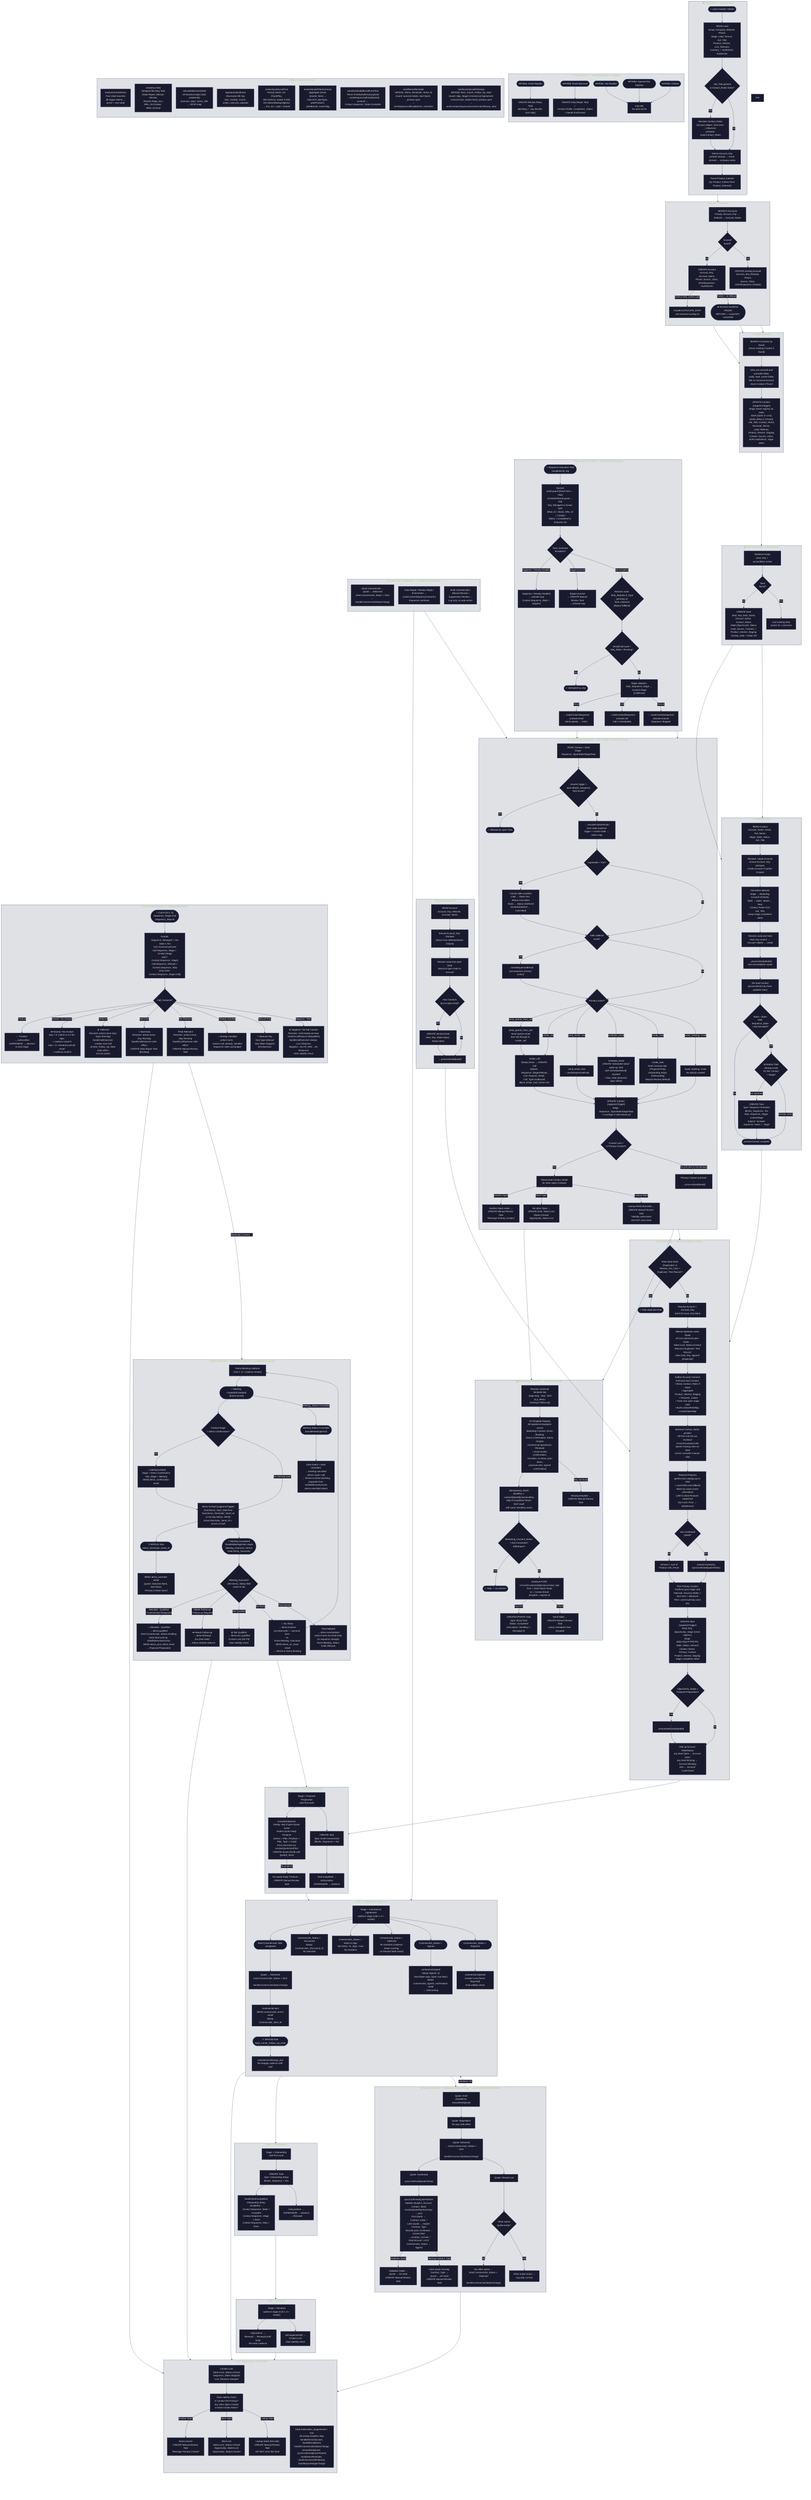
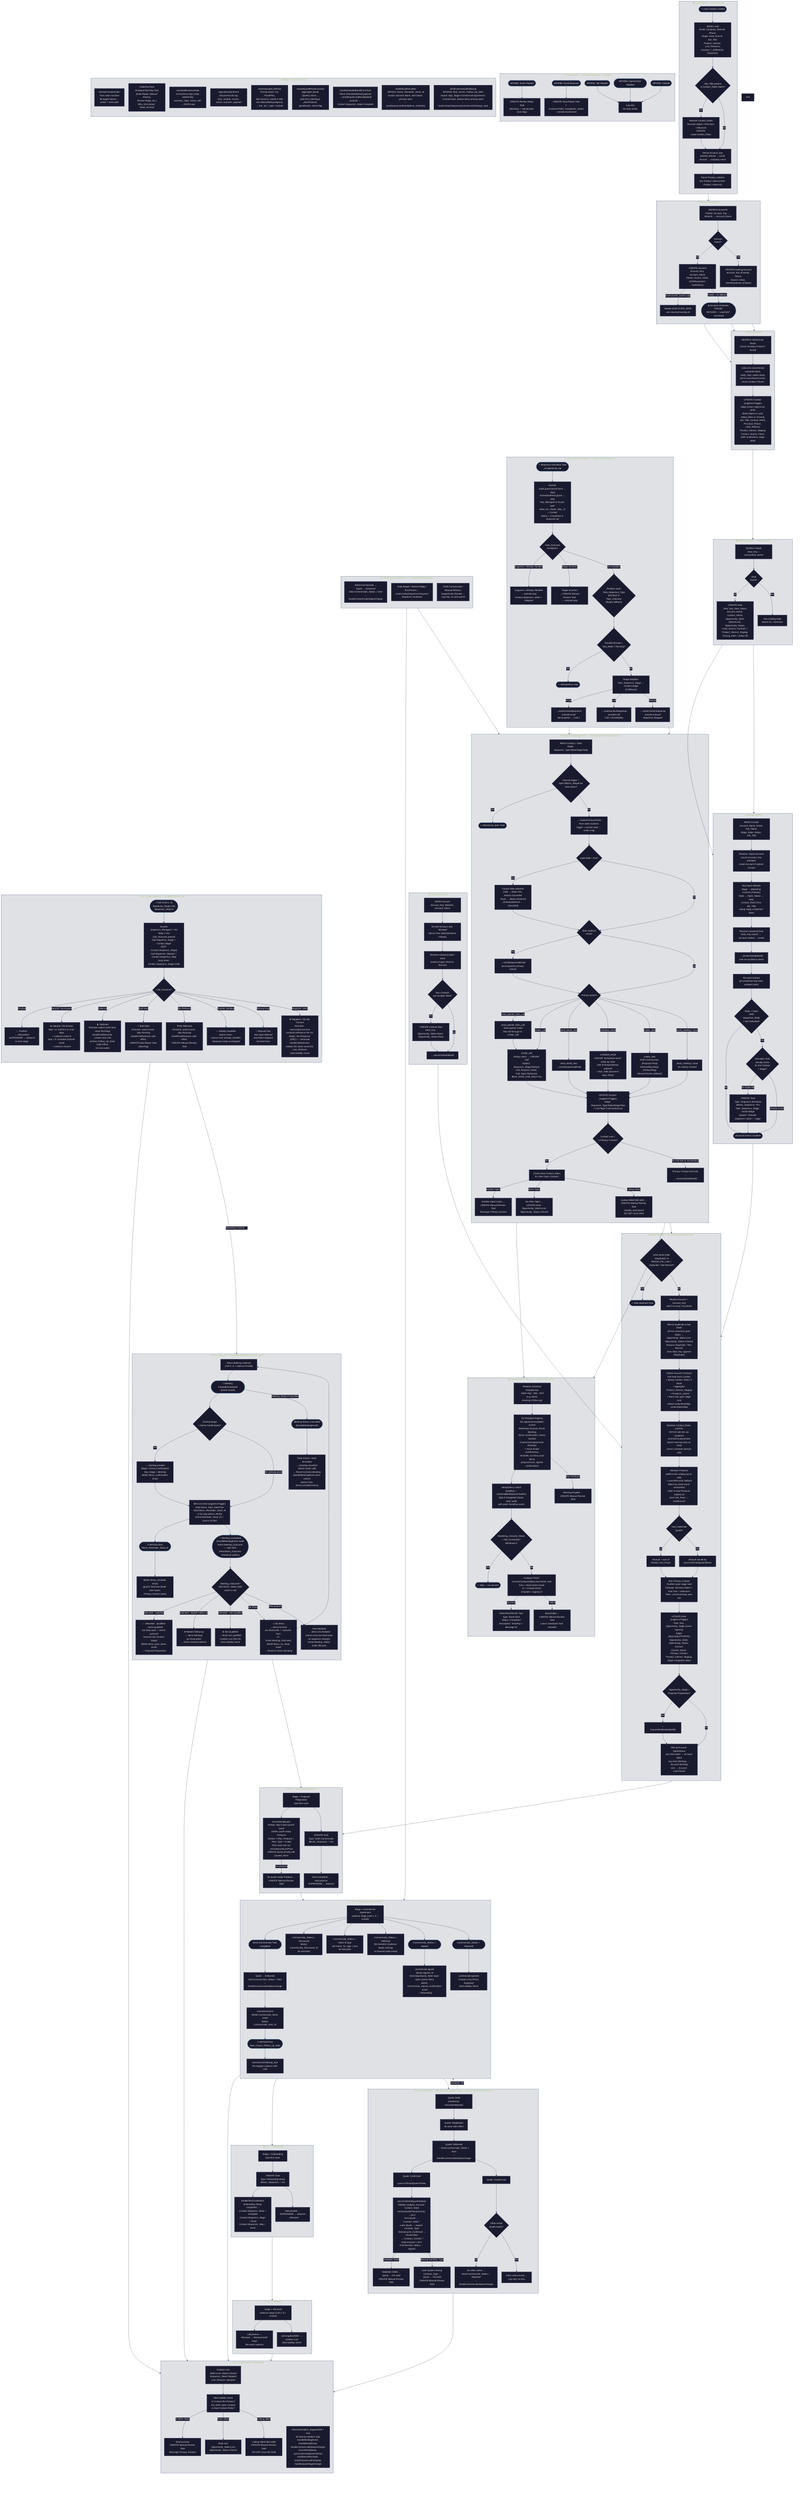
%%{ init: { "theme": "base", "themeVariables": { "primaryColor": "#1a1a2e", "primaryTextColor": "#e0e0e0", "primaryBorderColor": "#0f3460", "lineColor": "#16213e", "secondaryColor": "#0f3460", "tertiaryColor": "#533483", "edgeLabelBackground": "#1a1a2e", "clusterBkg": "#16213e22", "clusterBorder": "#0f3460" }, "flowchart": { "curve": "basis", "nodeSpacing": 30, "rankSpacing": 50 } } }%%

flowchart TD

    %% =========================================================================
    %% V6 ZOHO CRM AUTOMATION — MASTER FLOW
    %%
    %% Source of truth: v6/*.deluge + v6/activity/*.deluge (29 files)
    %%
    %% Stage flow (v6 code):
    %%   Marketing Consent → Demo Booking → Demo Confirmation → Demo Hosted
    %%   → Proposal Preparation → Commercial Agreement → Onboarding → Renewal
    %%
    %% Opp Type mapping:
    %%   rank 1 = MQL | rank 2-4 = SQL | rank 5-6 = FTP | rank 7-8 = RTP
    %% =========================================================================

    %% ======================= LEAD INTAKE / MQL =======================
    subgraph LEAD_INTAKE["🟢 Lead Intake — processLead"]
        direction TB
        LI_START(["⚡ Lead Created / Edited"])
        LI_READ["READ Lead<br/><i>Email, Company, Website, Phone,<br/>Stage, Lead_Source, Job_Title,<br/>Product_Interest, Lost_Reasons,<br/>Contract_*, AOR/AOO, Expansion</i>"]
        LI_ROLE{"Job_Title present<br/>& Contact_Role1 blank?"}
        LI_RESOLVE_ROLE["Resolve Contact_Role1<br/><i>Decision Maker / End User / Influencer</i><br/>UPDATE Lead.Contact_Role1"]
        LI_DERIVE_KEY["Derive Account_Key<br/><i>website domain → email domain → company name</i>"]
        LI_PI["Parse Product_Interest<br/><i>(try Product_Interest then Product_Interest1)</i>"]

        LI_START --> LI_READ
        LI_READ --> LI_ROLE
        LI_ROLE -->|"Yes"| LI_RESOLVE_ROLE --> LI_DERIVE_KEY
        LI_ROLE -->|"No"| LI_DERIVE_KEY
        LI_DERIVE_KEY --> LI_PI
    end

    %% ======================= ACCOUNT RESOLUTION =======================
    subgraph ACCOUNT_RES["🏢 Account Resolution"]
        direction TB
        AR_SEARCH["SEARCH Accounts<br/><i>Priority: Account_Key → Website → Account_Name</i>"]
        AR_FOUND{"Account<br/>found?"}
        AR_CREATE["CREATE Account<br/><i>Account_Key, Account_Name,<br/>Phone, Source_Class,<br/>AOO/Expansion multiselects</i>"]
        AR_UPDATE["UPDATE existing Account<br/><i>Account_Key (if blank), Phone,<br/>Source_Class, AOO/Expansion (if blank)</i>"]
        AR_DUP_HANDLE["Handle DUPLICATE_DATA<br/><i>use returned existing id</i>"]
        AR_FAIL(["❌ Account resolution FAILED<br/>RETURN — Lead NOT converted"])

        AR_SEARCH --> AR_FOUND
        AR_FOUND -->|"No"| AR_CREATE
        AR_FOUND -->|"Yes"| AR_UPDATE
        AR_CREATE -->|"DUPLICATE_DATA code"| AR_DUP_HANDLE
        AR_CREATE -->|"Failed + no fallback"| AR_FAIL
    end

    %% ======================= LEAD CONVERSION =======================
    subgraph LEAD_CONV["🔄 Lead Conversion"]
        direction TB
        LC_DEDUP["SEARCH Contacts by Email<br/><i>(reuse existing Contact if found)</i>"]
        LC_CONVERT["zoho.crm.convertLead<br/><i>overwrite=false,<br/>notify_lead_owner=false,<br/>link to canonical Account,<br/>reuse Contact if found</i>"]
        LC_ENRICH["UPDATE Contact (suppressTrigger)<br/><i>Stage (never regress by rank),<br/>State (Open or Lost),<br/>Status (New or Closed),<br/>Job_Title, Contact_Role1,<br/>Personal_Phone, Lead_Referrer,<br/>Product_Interest_Staging,<br/>Contact_Source_Class,<br/>AOR multiselects, stage dates</i>"]

        LC_DEDUP --> LC_CONVERT --> LC_ENRICH
    end

    %% ======================= DEAL RESOLUTION (from processLead) =======================
    subgraph DEAL_RES["💰 Deal Resolution — processLead"]
        direction TB
        DR_SEARCH["SEARCH Deals<br/><i>Deal_Key = accountKey::active</i>"]
        DR_FOUND{"Deal<br/>found?"}
-         DR_CREATE["CREATE Deal<br/><i>Deal_Key, Deal_Name,<br/>Account_Name, Contact_Name,<br/>State (Open/Lost), Status,<br/>Lead_Source, Contract_*,<br/>Product_Interest_Staging,<br/>Closing_Date = today+30</i>"]
+         DR_CREATE["CREATE Deal<br/><i>Deal_Key, Deal_Name,<br/>Account_Name, Contact_Name,<br/>Opportunity_State (Open/Lost), Opportunity_Status,<br/>Lead_Source, Contract_*,<br/>Product_Interest_Staging,<br/>Closing_Date = today+30</i>"]
        DR_REUSE["Use existing Deal<br/><i>lowest id = canonical</i>"]

        DR_SEARCH --> DR_FOUND
        DR_FOUND -->|"No"| DR_CREATE
        DR_FOUND -->|"Yes"| DR_REUSE
    end

    %% ======================= processContact =======================
    subgraph PROCESS_CONTACT["👤 processContact"]
        direction TB
        PC_READ["READ Contact<br/><i>Account_Name, Email, Full_Name,<br/>Stage, State, Status, Job_Title</i>"]
        PC_ACCT["Resolve / repair Account<br/><i>ensure Account_Key stamped,<br/>create Account if orphan Contact</i>"]
        PC_DEFAULTS["Normalize defaults<br/><i>Stage → Marketing Consent (if blank),<br/>State → Open, Status → New,<br/>Contact_Role1 from Job_Title,<br/>stamp stage completion dates</i>"]
        PC_DEAL_RESOLVE["Resolve canonical Deal<br/><i>Deal_Key search → Account related → create</i>"]
        PC_CALL_PD["→ processDeal(dealId)<br/><i>sole reconciliation owner</i>"]
        PC_REREAD["Re-read Contact<br/><i>(processDeal may have updated roles)</i>"]
        PC_SEQ_CHECK{"State = Open<br/>AND<br/>Sequence_State<br/>= Not Activated?"}
        PC_DEDUP_ACT{"Activation Task<br/>already exists<br/>for this Contact<br/>+ Stage?"}
        PC_CREATE_ACT["CREATE Task<br/><i>Type: Sequence Activation<br/>Blocks_Sequence: Yes<br/>Task_Sequence_Stage: contactStage<br/>Subject: 'Activate sequence: name — stage'</i>"]
        PC_END(["processContact complete"])

        PC_READ --> PC_ACCT --> PC_DEFAULTS --> PC_DEAL_RESOLVE --> PC_CALL_PD
        PC_CALL_PD --> PC_REREAD --> PC_SEQ_CHECK
        PC_SEQ_CHECK -->|"Yes"| PC_DEDUP_ACT
        PC_SEQ_CHECK -->|"No"| PC_END
        PC_DEDUP_ACT -->|"No duplicate"| PC_CREATE_ACT --> PC_END
        PC_DEDUP_ACT -->|"Already exists"| PC_END
    end

    %% ======================= processAccount =======================
    subgraph PROCESS_ACCOUNT["🏗️ processAccount"]
        direction TB
        PA_READ["READ Account<br/><i>Account_Key, Website, Account_Name</i>"]
        PA_KEY["Ensure Account_Key stamped<br/><i>(derive from Website/Name if blank)</i>"]
        PA_DEAL["Resolve canonical open Deal<br/><i>lowest-id open Deal on Account</i>"]
        PA_DEAL_MISSING{"Has Contacts<br/>but no open Deal?"}
-         PA_CREATE_DEAL["CREATE minimal Deal<br/><i>Deal_Key, State=Open, Status=New</i>"]
+         PA_CREATE_DEAL["CREATE minimal Deal<br/><i>Deal_Key, Opportunity_State=Open, Opportunity_Status=New</i>"]
        PA_DELEGATE["→ processDeal(dealId)"]

        PA_READ --> PA_KEY --> PA_DEAL
        PA_DEAL --> PA_DEAL_MISSING
        PA_DEAL_MISSING -->|"Yes"| PA_CREATE_DEAL --> PA_DELEGATE
        PA_DEAL_MISSING -->|"No"| PA_DELEGATE
    end

    %% ======================= processDeal =======================
    subgraph PROCESS_DEAL["📊 processDeal — Sole Reconciliation Owner"]
        direction TB
        PD_DUP_CHECK{"Deal name ends<br/>'(Duplicate)' or<br/>Reason_For_Loss =<br/>'Duplicate / Test Record'?"}
        PD_EXIT_DUP(["↩ Skip duplicate Deal"])
        PD_RESOLVE_ACCT["Resolve Account + Account_Key<br/><i>bail if Account_Key blank</i>"]
-         PD_SILENCE["Silence duplicate active Deals<br/><i>All non-canonical open Deals →<br/>State=Lost, Status=Closed,<br/>Reason='Duplicate / Test Record',<br/>clear Deal_Key, append '(Duplicate)'</i>"]
+         PD_SILENCE["Silence duplicate active Deals<br/><i>All non-canonical open Deals →<br/>Opportunity_State=Lost, Opportunity_Status=Closed,<br/>Reason='Duplicate / Test Record',<br/>clear Deal_Key, append '(Duplicate)'</i>"]
        PD_GATHER["Gather Account Contacts<br/><i>Full-read each Contact:<br/>• Stamp Contact_Role1 if blank<br/>• Aggregate Product_Interest_Staging<br/>  + Products_Linked<br/>• Track max open stage rank<br/>• Build contactRoleMap, contactDatesMap</i>"]
        PD_ROLES["Maintain Contact_Roles junction<br/><i>FETCH role IDs via invokeurl<br/>/crm/v2/Contacts/roles<br/>Upsert missing roles on Deal<br/>(never overwrite manual role)</i>"]
        PD_PRODUCTS["Resolve Products<br/><i>getRecords catalog (up to 200)<br/>+ searchRecords fallback<br/>Match by name (case-insensitive)<br/>LINK to Deal Products related list<br/>Sum Unit_Price → totalAmount</i>"]
        PD_QUOTE_AMT{"Has Confirmed<br/>Quote?"}
        PD_AMT_PRODUCT["Amount = sum of<br/>Product Unit_Prices"]
        PD_AMT_QUOTE["Amount owned by<br/>syncConfirmedQuoteToDeal"]
        PD_PRIMARY["Pick Primary Contact<br/><i>Furthest open stage rank<br/>Tiebreak: Decision Maker > End User > Influencer<br/>Then: current primary wins ties</i>"]
-         PD_UPDATE["UPDATE Deal (suppressTrigger)<br/><i>Deal_Key, Opportunity_Stage (never regress),<br/>Stage (MQL/SQL/FTP/RTP),<br/>State, Status, Amount,<br/>Contact_Name, Primary_Contact,<br/>Product_Interest_Staging,<br/>Stage completion dates</i>"]
+         PD_UPDATE["UPDATE Deal (suppressTrigger)<br/><i>Deal_Key, Opportunity_Stage (never regress),<br/>Stage (MQL/SQL/FTP/RTP),<br/>Opportunity_State, Opportunity_Status, Amount,<br/>Contact_Name, Primary_Contact,<br/>Product_Interest_Staging,<br/>Stage completion dates</i>"]
        PD_PP_CHECK{"Opportunity_Stage =<br/>Proposal Preparation?"}
        PD_SEED_QUOTE["→ ensureDealQuote(dealId)"]
        PD_ACCT_ROLLUP["Roll up Account State/Status<br/><i>any Deal Open → Account Open<br/>any Deal Working → Account Working<br/>else → Account Lost/Closed</i>"]

        PD_DUP_CHECK -->|"Yes"| PD_EXIT_DUP
        PD_DUP_CHECK -->|"No"| PD_RESOLVE_ACCT
        PD_RESOLVE_ACCT --> PD_SILENCE --> PD_GATHER
        PD_GATHER --> PD_ROLES --> PD_PRODUCTS
        PD_PRODUCTS --> PD_QUOTE_AMT
        PD_QUOTE_AMT -->|"No"| PD_AMT_PRODUCT --> PD_PRIMARY
        PD_QUOTE_AMT -->|"Yes"| PD_AMT_QUOTE --> PD_PRIMARY
        PD_PRIMARY --> PD_UPDATE --> PD_PP_CHECK
        PD_PP_CHECK -->|"Yes"| PD_SEED_QUOTE --> PD_ACCT_ROLLUP
        PD_PP_CHECK -->|"No"| PD_ACCT_ROLLUP
    end

    %% ======================= ACTIVATION =======================
    subgraph ACTIVATION["🔑 Task-Gated Activation — handleTaskCompletion"]
        direction TB
        ACT_TASK(["⚡ Sequence Activation Task<br/>completed by rep"])
        ACT_GUARDS["Guards:<br/><i>Audit guard (Email Sent → skip)<br/>ScheduledSend guard → skip<br/>Seq_Managed or known type<br/>What_Id = Deals, Who_Id = Contact<br/>Status = Completed or Outcome set</i>"]
        ACT_OUTCOME{"Task_Outcome<br/>exception?"}
        ACT_SUPPRESS["Suppress / Already Handled<br/><i>→ activate:stop<br/>Contact.Sequence_State = Stopped</i>"]
        ACT_STAGE_BAD["Stage Incorrect<br/><i>→ CREATE Manual Review Task<br/>→ activate:stop</i>"]
        ACT_ROUTE{"Resolve route:<br/>Task_Sequence_Type<br/>(primary) or<br/>Task_Outcome<br/>(legacy fallback)"}
        ACT_IDEMPOTENT{"Email/Call route +<br/>Seq_State = Running?"}
        ACT_SKIP(["↩ Idempotency skip"])
        ACT_STAGE_ADOPT["Stage adoption:<br/><i>Task_Sequence_Stage → Contact.Stage<br/>(if different)</i>"]
        ACT_EMAIL["→ routeContactSequence<br/><i>activate:email</i><br/>Send opener → Call 1"]
        ACT_CALL["→ routeContactSequence<br/><i>activate:call</i><br/>Call 1 immediately"]
        ACT_MANUAL["→ routeContactSequence<br/><i>activate:manual</i><br/>Sequence Stopped"]

        ACT_TASK --> ACT_GUARDS --> ACT_OUTCOME
        ACT_OUTCOME -->|"Suppress / Already Handled"| ACT_SUPPRESS
        ACT_OUTCOME -->|"Stage Incorrect"| ACT_STAGE_BAD
        ACT_OUTCOME -->|"No exception"| ACT_ROUTE
        ACT_ROUTE --> ACT_IDEMPOTENT
        ACT_IDEMPOTENT -->|"Yes"| ACT_SKIP
        ACT_IDEMPOTENT -->|"No"| ACT_STAGE_ADOPT
        ACT_STAGE_ADOPT -->|"Email"| ACT_EMAIL
        ACT_STAGE_ADOPT -->|"Call"| ACT_CALL
        ACT_STAGE_ADOPT -->|"Manual"| ACT_MANUAL
    end

    %% ======================= SEQUENCE ROUTER =======================
    subgraph ROUTER["⚙️ routeContactSequence — THE Single Transition Executor"]
        direction TB
        RT_READ["READ Contact + Deal<br/><i>Stage, Sequence_Type/State/Stage/Step</i>"]
        RT_BLOCK_CHECK{"resume trigger +<br/>open Blocks_Sequence<br/>Task exists?"}
        RT_BLOCKED(["↩ Blocked by open Task"])
        RT_RESOLVE["→ resolveContactAction<br/><i>Pure state machine:<br/>trigger + current state → action map</i>"]
        RT_SUPERSEDE{"supersede = true?"}
        RT_CANCEL_OLD["Cancel stale activities<br/><i>Calls → Stale=Yes, Status=Cancelled<br/>Tasks → Status=Deferred<br/>(ScheduledSend → Cancelled)</i>"]
        RT_SIDE_EMAIL{"Side cadence<br/>email?"}
        RT_SEND_SIDE["→ sendSequencedEmail<br/><i>(accompanies primary action)</i>"]
        RT_ACTION{"Primary action?"}
        RT_OPENER_CALL["send_opener_then_call<br/><i>Send opener email<br/>then fall through to create_call</i>"]
        RT_CREATE_CALL["create_call<br/><i>Dedup check → CREATE Call<br/>Subject, Sequence_Stage/Attempt,<br/>Call_Purpose_Detail, Call_Type=Outbound,<br/>Block_Email_Until_Done=Yes</i>"]
        RT_SEND_EMAIL["send_email_now<br/><i>→ sendSequencedEmail</i>"]
        RT_SCHED_EMAIL["schedule_email<br/><i>CREATE 'Scheduled Send' wake-up Task<br/>with ScheduledSend| payload<br/>+ Due_Date (business days offset)</i>"]
        RT_CREATE_TASK["create_task<br/><i>Draft Commercials (Proposal Prep)<br/>Onboarding Setup (Onboarding)<br/>Manual Review (default)</i>"]
        RT_AWAIT["await_meeting / none<br/><i>No activity created</i>"]
        RT_WRITE_CONTACT["UPDATE Contact (suppressTrigger)<br/><i>Stage, Sequence_Type/State/Stage/Step<br/>+ Lost flags if setContactLost</i>"]
        RT_DEAL_VIABILITY{"Contact Lost +<br/>is Primary Contact?"}
        RT_CHECK_OTHERS["Check Deal Contact_Roles<br/><i>for other Open Contacts</i>"]
        RT_ANOTHER_OPEN["Another Open exists →<br/><i>CREATE Manual Review Task<br/>'Reassign Primary Contact'</i>"]
-         RT_DEAL_LOST["No other Open →<br/><i>UPDATE Deal: State=Lost,<br/>Status=Closed,<br/>Opportunity_State=Lost</i>"]
+         RT_DEAL_LOST["No other Open →<br/><i>UPDATE Deal: Opportunity_State=Lost,<br/>Opportunity_Status=Closed</i>"]
        RT_LOOKUP_FAIL["Lookup failed (fail-safe) →<br/><i>CREATE Manual Review Task<br/>'Viability unresolved'<br/>DO NOT close Deal</i>"]
        RT_PRIMARY_ROLLUP["Primary Contact (not lost) →<br/><i>→ processDeal(dealId)</i>"]

        RT_READ --> RT_BLOCK_CHECK
        RT_BLOCK_CHECK -->|"Yes"| RT_BLOCKED
        RT_BLOCK_CHECK -->|"No"| RT_RESOLVE
        RT_RESOLVE --> RT_SUPERSEDE
        RT_SUPERSEDE -->|"Yes"| RT_CANCEL_OLD --> RT_SIDE_EMAIL
        RT_SUPERSEDE -->|"No"| RT_SIDE_EMAIL
        RT_SIDE_EMAIL -->|"Yes"| RT_SEND_SIDE --> RT_ACTION
        RT_SIDE_EMAIL -->|"No"| RT_ACTION
        RT_ACTION -->|"send_opener_then_call"| RT_OPENER_CALL --> RT_CREATE_CALL
        RT_ACTION -->|"create_call"| RT_CREATE_CALL
        RT_ACTION -->|"send_email_now"| RT_SEND_EMAIL
        RT_ACTION -->|"schedule_email"| RT_SCHED_EMAIL
        RT_ACTION -->|"create_task"| RT_CREATE_TASK
        RT_ACTION -->|"await_meeting / none"| RT_AWAIT
        RT_CREATE_CALL --> RT_WRITE_CONTACT
        RT_SEND_EMAIL --> RT_WRITE_CONTACT
        RT_SCHED_EMAIL --> RT_WRITE_CONTACT
        RT_CREATE_TASK --> RT_WRITE_CONTACT
        RT_AWAIT --> RT_WRITE_CONTACT
        RT_WRITE_CONTACT --> RT_DEAL_VIABILITY
        RT_DEAL_VIABILITY -->|"Yes"| RT_CHECK_OTHERS
        RT_CHECK_OTHERS -->|"Another Open"| RT_ANOTHER_OPEN
        RT_CHECK_OTHERS -->|"None Open"| RT_DEAL_LOST
        RT_CHECK_OTHERS -->|"Lookup failed"| RT_LOOKUP_FAIL
        RT_DEAL_VIABILITY -->|"No (not lost or not primary)"| RT_PRIMARY_ROLLUP
    end

    %% ======================= CALL CADENCE =======================
    subgraph CALL_CADENCE["📞 Call / Email Cadence — handleCallOutcome"]
        direction TB
        CC_CALL(["⚡ Call N (N=1..5)<br/>Sequence_Stage=Call<br/>Sequence_Step=N"])
        CC_GUARDS["Guards:<br/><i>Sequence_Managed = Yes<br/>Stale ≠ Yes<br/>Call_Outcome present<br/>Call.Sequence_Stage = Contact.Stage<br/>(NOT Contact.Sequence_Stage)<br/>Call.Sequence_Attempt = Contact.Sequence_Step<br/>(only when Contact.Sequence_Stage=Call)</i>"]
        CC_OUTCOME{"Call_Outcome?"}
        CC_POSITIVE["✅ Positive<br/><i>→ call:positive<br/>SUPERSEDE → advance<br/>to next stage</i>"]
        CC_NEUTRAL["➡️ Neutral / No Answer<br/><i>step < 5: Call N+1 in 2 biz days<br/>+ cadence email N<br/>step = 5: schedule postcall email<br/>+ cadence email 5</i>"]
        CC_DEFERRED["⏸️ Deferred<br/><i>Resolver action=none (seq stays Running)<br/>handleCallOutcome creates new Call<br/>at Next_Follow_Up_Date (side-effect,<br/>not via router)</i>"]
        CC_BADDATA["🔧 Bad Data<br/><i>Resolver: action=none, stay Running<br/>handleCallOutcome side-effect:<br/>CREATE Data Repair Task (blocking)</i>"]
        CC_NOT_REL["❓ Not Relevant<br/><i>Resolver: action=none, stay Running<br/>handleCallOutcome side-effect:<br/>CREATE Manual Review Task</i>"]
        CC_ALREADY["✓ Already Handled<br/><i>action=none, reason=call_already_handled<br/>Sequence state unchanged</i>"]
        CC_MANUAL["🤚 Manual Only<br/><i>Seq Type=Manual<br/>Seq State=Stopped<br/>terminal=true</i>"]
-         CC_NEGATIVE["❌ Negative / Do Not Contact<br/><i>Resolver: setContactLost=true<br/>contactLostReason=Disqualified<br/>handleCallOutcome stamps Lost_Reasons:<br/>Negative→No Fit, DNC→No Response<br/>Deal viability check</i>"]
+         CC_NEGATIVE["❌ Negative / Do Not Contact<br/><i>Resolver: setContactLost=true<br/>contactLostReason=No Fit (Neg) / No Response (DNC) — canonical<br/>handleCallOutcome stamps the same canonical Lost_Reasons<br/>Deal viability check</i>"]

        CC_CALL --> CC_GUARDS --> CC_OUTCOME
        CC_OUTCOME -->|"Positive"| CC_POSITIVE
        CC_OUTCOME -->|"Neutral / No Answer"| CC_NEUTRAL
        CC_OUTCOME -->|"Deferred"| CC_DEFERRED
        CC_OUTCOME -->|"Bad Data"| CC_BADDATA
        CC_OUTCOME -->|"Not Relevant"| CC_NOT_REL
        CC_OUTCOME -->|"Already Handled"| CC_ALREADY
        CC_OUTCOME -->|"Manual Only"| CC_MANUAL
        CC_OUTCOME -->|"Negative / DNC"| CC_NEGATIVE
    end

    %% ======================= DEMO LIFECYCLE =======================
-     subgraph DEMO_FLOW["🎥 Demo Lifecycle — handleMeetingEvent + handleDemoOutcome"]
+     subgraph DEMO_FLOW["🎥 Demo Lifecycle — handleMeetingEvent (demo SOT)"]
        direction TB
        DF_BOOKING["Demo Booking cadence<br/><i>(Call 1..5 + cadence emails)</i>"]
        DF_MEETING_CREATE(["⚡ Meeting Created/Scheduled<br/>(Event record)"])
        DF_FIRST_BOOK{"Contact.Stage<br/>< Demo Confirmation?"}
        DF_ADVANCE_DC["→ meeting:created<br/><i>Stage = Demo Confirmation<br/>Seq_Stage = Meeting<br/>SEND demo_confirmation email</i>"]
        DF_MIRROR["Mirror to Deal (suppressTrigger)<br/><i>Deal.Demo_Start_DateTime<br/>Deal.Demo_Reminder_Send_At<br/>(1 biz day before, 09:00)<br/>Event.Reminder_Send_At = source of truth</i>"]
        DF_REMINDER(["⏰ WF010c fires<br/>Demo_Reminder_Send_At"])
        DF_SEND_REMINDER["SEND demo_reminder email<br/><i>(guard: Outcome blank, start future,<br/>Primary Contact open)</i>"]
-         DF_COMPLETED(["⚡ Meeting Completed<br/>(handleMeetingEvent reads<br/>Meeting_Outcome, mirrors<br/>Deal.Demo_Outcome)"])
+         DF_COMPLETED(["⚡ Meeting Completed<br/>(handleMeetingEvent reads<br/>Event.Meeting_Outcome — sole SOT;<br/>Deal.Demo_Outcome retired/not written)"])
        DF_OUTCOME{"Meeting_Outcome?<br/><i>(NO Demo_Status field<br/>exists in v6)</i>"}
-         DF_QUALIFIED["✅ Attended - Qualified<br/><i>→ demo:qualified<br/>Deal.Commercials_Status=Drafting<br/>(only Deal write by handleDemoOutcome)<br/>SEND demo_post_demo email<br/>→ Proposal Preparation</i>"]
+         DF_QUALIFIED["✅ Attended - Qualified<br/><i>→ demo:qualified<br/>(no Deal write — Event outcome<br/>resolves into Contact Stage)<br/>SEND demo_post_demo email<br/>→ Proposal Preparation</i>"]
        DF_FOLLOWUP["➡️ Needs Follow-up<br/><i>→ demo:followup<br/>(no Deal write)<br/>→ Demo Hosted cadence</i>"]
        DF_NOT_QUAL["❌ Not Qualified<br/><i>→ demo:not_qualified<br/>Contact Lost (No Fit)<br/>Deal viability check</i>"]
        DF_NOSHOW["🚫 No Show<br/><i>→ demo:noshow<br/>(no Deal write — outcome lives<br/>on Event.Meeting_Outcome)<br/>SEND demo_no_show email<br/>→ Revert to Demo Booking</i>"]
        DF_CANCELLED(["Meeting Status=Cancelled<br/>(handleMeetingEvent)"])
-         DF_CANCEL_ACTION["Clear Event + Deal reminders<br/><i>→ meeting:cancelled (direct router call)<br/>→ Revert to Demo Booking<br/>(separate from handleDemoOutcome<br/>demo:cancelled token)</i>"]
+         DF_CANCEL_ACTION["Clear Event + Deal reminders<br/><i>→ meeting:cancelled (direct router call)<br/>→ Revert to Demo Booking<br/>(handleMeetingEvent owns cancel;<br/>distinct from demo:cancelled token)</i>"]
        DF_RESCHEDULED["Rescheduled<br/><i>→ demo:rescheduled<br/>action=none (no Deal write,<br/>no sequence change).<br/>Event.Meeting_Status holds lifecycle.</i>"]

        DF_BOOKING --> DF_MEETING_CREATE
        DF_MEETING_CREATE --> DF_FIRST_BOOK
        DF_FIRST_BOOK -->|"Yes"| DF_ADVANCE_DC
        DF_FIRST_BOOK -->|"No (already past)"| DF_MIRROR
        DF_ADVANCE_DC --> DF_MIRROR
        DF_MIRROR --> DF_REMINDER --> DF_SEND_REMINDER
        DF_MIRROR --> DF_COMPLETED
        DF_COMPLETED --> DF_OUTCOME
-         DF_OUTCOME -->|"Attended - Qualified<br/>/ Commercials Requested"| DF_QUALIFIED
-         DF_OUTCOME -->|"Needs Follow-up<br/>/ Follow-up Required"| DF_FOLLOWUP
-         DF_OUTCOME -->|"Not Qualified"| DF_NOT_QUAL
+         DF_OUTCOME -->|"Attended - Qualified"| DF_QUALIFIED
+         DF_OUTCOME -->|"Attended - Needs Follow-up"| DF_FOLLOWUP
+         DF_OUTCOME -->|"Attended - Not Qualified"| DF_NOT_QUAL
        DF_OUTCOME -->|"No Show"| DF_NOSHOW
        DF_MEETING_CREATE -->|"Meeting_Status=Cancelled"| DF_CANCELLED --> DF_CANCEL_ACTION
        DF_OUTCOME -->|"Rescheduled"| DF_RESCHEDULED
    end

    %% ======================= PROPOSAL PREPARATION =======================
    subgraph PROPOSAL["📝 FTP — Proposal Preparation"]
        direction TB
        PP_ENTRY["Stage = Proposal Preparation<br/><i>task-first route</i>"]
        PP_TASK["CREATE Task<br/><i>Type: Draft Commercials<br/>Blocks_Sequence = Yes</i>"]
        PP_QUOTE_SEED["ensureDealQuote:<br/><i>Dedup: skip if open Quote exists<br/>Gather quote-ready Products<br/>(Active + Plan_Products + Plan_Type + Code)<br/>Price each line via resolveQuoteLinePrice<br/>CREATE Quote (Draft) with Quoted_Items</i>"]
        PP_NO_PRODUCTS["No quote-ready Products →<br/><i>CREATE Manual Review Task</i>"]
        PP_COMPLETE["Task completed →<br/><i>task:positive<br/>SUPERSEDE → advance</i>"]

        PP_ENTRY --> PP_TASK
        PP_ENTRY --> PP_QUOTE_SEED
        PP_QUOTE_SEED -->|"No products"| PP_NO_PRODUCTS
        PP_TASK --> PP_COMPLETE
    end

    %% ======================= COMMERCIAL AGREEMENT =======================
    subgraph COMMERCIAL["💼 FTP — Commercial Agreement"]
        direction TB
        CA_ENTRY["Stage = Commercial Agreement<br/><i>cadence stage (Call 1..5 + emails)</i>"]
        CA_SEND_TASK(["Send Commercials Task completed"])
        CA_SEND_EFFECT["Quote → Delivered<br/><i>Deal.Commercials_Status = Sent<br/>→ handleCommercialsStatusChange</i>"]
        CA_SENT_ACTION["commercial:sent<br/><i>SEND commercials_terms email<br/>Stamp Commercials_Sent_At</i>"]
        CA_FOLLOWUP(["⏰ WF010d fires<br/>Next_Comm_Follow_Up_Date"])
        CA_FOLLOWUP_ACTION["commercial:followup_due<br/><i>Re-engage cadence with Call</i>"]
        CA_DISCUSSED["Commercials_Status = Discussed<br/><i>Stamp Commercials_Discussed_At<br/>No transition</i>"]
        CA_INTENT["Commercials_Status = Intent to Sign<br/><i>Set Intent_To_Sign = true<br/>No transition</i>"]
        CA_DEFERRED["Commercials_Status = Deferred<br/><i>No transition (cadence keeps running;<br/>no Paused state exists)</i>"]
        CA_SIGNED(["Commercials_Status = Signed"])
-         CA_SIGNED_ACTION["commercial:signed<br/><i>Stamp Signed_At<br/>Deal.State stays Open (not Won)<br/>SEND commercials_signed_confirmation email<br/>→ Onboarding</i>"]
+         CA_SIGNED_ACTION["commercial:signed<br/><i>Stamp Signed_At<br/>Deal.Opportunity_State stays Open (never Won)<br/>SEND commercials_signed_confirmation email<br/>→ Onboarding</i>"]
        CA_REJECTED(["Commercials_Status = Rejected"])
        CA_REJECTED_ACTION["commercial:rejected<br/><i>Contact Lost (Terms Rejected)<br/>Deal viability check</i>"]

        CA_ENTRY --> CA_SEND_TASK --> CA_SEND_EFFECT --> CA_SENT_ACTION
        CA_SENT_ACTION --> CA_FOLLOWUP --> CA_FOLLOWUP_ACTION
        CA_ENTRY --> CA_DISCUSSED
        CA_ENTRY --> CA_INTENT
        CA_ENTRY --> CA_DEFERRED
        CA_ENTRY --> CA_SIGNED --> CA_SIGNED_ACTION
        CA_ENTRY --> CA_REJECTED --> CA_REJECTED_ACTION
    end

    %% ======================= QUOTE LIFECYCLE =======================
    subgraph QUOTE_LIFE["📋 Quote Lifecycle — handleQuoteStageChange + syncConfirmedQuoteToDeal"]
        direction TB
        QL_DRAFT["Quote: Draft<br/><i>(seeded by ensureDealQuote)</i>"]
        QL_NEGOTIATION["Quote: Negotiation<br/><i>No auto side-effect</i>"]
        QL_DELIVERED["Quote: Delivered<br/><i>→ Deal.Commercials_Status = Sent<br/>→ handleCommercialsStatusChange</i>"]
        QL_CONFIRMED["Quote: Confirmed<br/><i>→ syncConfirmedQuoteToDeal</i>"]
        QL_SYNC["syncConfirmedQuoteToDeal:<br/><i>Validate (Subject, Account, Contact, Start)<br/>resolveQuotePlanSummary → ACV<br/>First Quote → Contract_Initial_*<br/>Later Quote → require Contract_Type<br/>  Demote prior Confirmed → Closed Won<br/>  → Contract_Current_*<br/>Deal.Amount = ACV<br/>Commercials_Status → Signed</i>"]
        QL_VALID_FAIL["Validation failed →<br/><i>Quote → On Hold<br/>CREATE Manual Review Task</i>"]
        QL_TYPE_FAIL["Later Quote missing Contract_Type →<br/><i>Quote → On Hold<br/>CREATE Manual Review Task</i>"]
        QL_CLOSED_LOST["Quote: Closed Lost"]
        QL_OTHER_CHECK{"Other active<br/>Quote exists?"}
        QL_LOSS_ONLY["No other active →<br/><i>Deal.Commercials_Status = Rejected<br/>→ handleCommercialsStatusChange</i>"]
        QL_REPLACEMENT["Other active exists →<br/><i>Log only, no loss</i>"]

        QL_DRAFT --> QL_NEGOTIATION --> QL_DELIVERED
        QL_DELIVERED --> QL_CONFIRMED
        QL_CONFIRMED --> QL_SYNC
        QL_SYNC -->|"Validation OK"| CA_SIGNED_ACTION
        QL_SYNC -->|"Validation failed"| QL_VALID_FAIL
        QL_SYNC -->|"Missing Contract_Type"| QL_TYPE_FAIL
        QL_DELIVERED --> QL_CLOSED_LOST
        QL_CLOSED_LOST --> QL_OTHER_CHECK
        QL_OTHER_CHECK -->|"No"| QL_LOSS_ONLY
        QL_OTHER_CHECK -->|"Yes"| QL_REPLACEMENT
    end

    %% ======================= ONBOARDING =======================
    subgraph ONBOARDING["🚀 RTP — Onboarding"]
        direction TB
        OB_ENTRY["Stage = Onboarding<br/><i>task-first route</i>"]
        OB_TASK["CREATE Task<br/><i>Type: Onboarding Setup<br/>Blocks_Sequence = Yes</i>"]
        OB_COMPLETE_HTC["handleTaskCompletion:<br/><i>Onboarding Setup completed →<br/>Contact.Sequence_State = Complete<br/>Contact.Sequence_Stage = None<br/>Contact.Sequence_Step = None</i>"]
        OB_ADVANCE["task:positive →<br/><i>SUPERSEDE → advance<br/>→ Renewal</i>"]

        OB_ENTRY --> OB_TASK --> OB_COMPLETE_HTC
        OB_TASK --> OB_ADVANCE
    end

    %% ======================= RENEWAL =======================
    subgraph RENEWAL_FLOW["🔄 RTP — Renewal"]
        direction TB
        RN_ENTRY["Stage = Renewal<br/><i>cadence stage (Call 1..5 + emails)</i>"]
        RN_POSITIVE["call:positive →<br/><i>Renewal → Renewal (self-loop)<br/>Re-enter cadence</i>"]
        RN_LOST["call:negative/DNC →<br/><i>Contact Lost<br/>Deal viability check</i>"]

        RN_ENTRY --> RN_POSITIVE
        RN_ENTRY --> RN_LOST
    end

    %% ======================= EMAIL EVENTS =======================
    subgraph EMAIL_EVENTS["📧 Email Events — handleEmailEvent + wrappers"]
        direction TB
        EE_REPLIED(["WF009a: Email Replied"])
        EE_BOUNCED(["WF009b: Email Bounced"])
        EE_UNREPLIED(["WF009c: Not Replied"])
        EE_OPENED(["WF009d: Opened Not Replied"])
        EE_CLICKED(["WF009e: Clicked"])
        EE_REPLY_ACTION["CREATE Review Reply Task<br/><i>(blocking — rep decides next step)</i>"]
        EE_BOUNCE_ACTION["CREATE Data Repair Task<br/><i>+ Contact.Profile_Completion_Status<br/>= Needs Enrichment</i>"]
        EE_PASSIVE["Log only<br/><i>No auto-action</i>"]

        EE_REPLIED --> EE_REPLY_ACTION
        EE_BOUNCED --> EE_BOUNCE_ACTION
        EE_UNREPLIED --> EE_PASSIVE
        EE_OPENED --> EE_PASSIVE
        EE_CLICKED --> EE_PASSIVE
    end

    %% ======================= TASK COMPLETION (non-activation) =======================
    subgraph TASK_TYPES["📋 Other Task Completions — handleTaskCompletion"]
        direction TB
        TT_SEND_COMM["Send Commercials →<br/><i>Quote → Delivered<br/>Deal.Commercials_Status = Sent<br/>→ handleCommercialsStatusChange</i>"]
        TT_DATA_REPAIR["Data Repair / Review Reply /<br/>Enrichment →<br/><i>routeContactSequence('resume')<br/>Sequence continues</i>"]
        TT_DRAFT_COMM["Draft Commercials /<br/>Manual Review /<br/>Suppression Review →<br/><i>Log only, no auto-action</i>"]

        TT_SEND_COMM
        TT_DATA_REPAIR
        TT_DRAFT_COMM
    end

    %% ======================= EMAIL SENDING =======================
    subgraph EMAIL_ENGINE["✉️ sendSequencedEmail — Sole Email Owner"]
        direction TB
        SE_RESOLVE["Resolve canonical template key<br/><i>stage-slug : step : kind<br/>(e.g. demo-booking:2:follow-up)</i>"]
        SE_REGISTRY["V5 Template Registry<br/><i>38 registered templates across<br/>Marketing Consent, Demo Booking,<br/>Demo Confirmation, Demo Hosted,<br/>Commercial Agreement, Renewal,<br/>+ event emails (confirmation,<br/>reminder, no-show, post-demo,<br/>proposal-sent, signed-confirmation)</i>"]
        SE_IDEMP["Idempotency check<br/><i>SendKey = contactId|dealId|canonicalKey<br/>Skip if Completed 'Email Sent' audit<br/>with same SendKey exists</i>"]
        SE_CONSENT{"Marketing_Consent_Status<br/>= Not Consented /<br/>Withdrawn?"}
        SE_SKIP(["↩ Skip — no consent"])
        SE_SEND["invokeurl POST<br/><i>/crm/v3/Contacts/{id}/actions/send_mail<br/>from = Deal Owner email<br/>to = Contact.Email<br/>template = registry id</i>"]
        SE_AUDIT["CREATE/UPDATE Task<br/><i>Type: Email Sent<br/>Status: Completed<br/>Description: SendKey + Message ID</i>"]
        SE_FAIL["Send failed →<br/><i>CREATE Manual Review Task<br/>Leave scheduled Task retryable</i>"]
        SE_MISSING["Missing template →<br/><i>CREATE Manual Review Task</i>"]

        SE_RESOLVE --> SE_REGISTRY --> SE_IDEMP
        SE_IDEMP --> SE_CONSENT
        SE_CONSENT -->|"Yes"| SE_SKIP
        SE_CONSENT -->|"No"| SE_SEND
        SE_SEND -->|"Success"| SE_AUDIT
        SE_SEND -->|"Failure"| SE_FAIL
        SE_REGISTRY -->|"Key not found"| SE_MISSING
    end

    %% ======================= LOST / SUPPRESSED =======================
    subgraph LOST_PATHS["🛑 Lost / Suppressed / Error Paths"]
        direction TB
        LP_CONTACT_LOST["Contact Lost<br/><i>State=Lost, Status=Closed<br/>Sequence_State=Stopped<br/>Lost_Reasons stamped</i>"]
        LP_DEAL_VIABILITY["Deal viability check<br/><i>Is Contact the Primary?<br/>Any other Open Contact<br/>in Deal Contact Roles?</i>"]
        LP_DEAL_SURVIVES["Deal survives<br/><i>CREATE Manual Review Task<br/>'Reassign Primary Contact'</i>"]
-         LP_DEAL_LOST["Deal Lost<br/><i>State=Lost, Status=Closed<br/>Opportunity_State=Lost<br/>Opportunity_Status=Closed</i>"]
+         LP_DEAL_LOST["Deal Lost<br/><i>Opportunity_State=Lost<br/>Opportunity_Status=Closed</i>"]
        LP_FAIL_SAFE["Lookup failed (fail-safe)<br/><i>CREATE Manual Review Task<br/>DO NOT close the Deal</i>"]
-         LP_SUPPRESSED["Deal.Automation_Suppressed = true<br/><i>All activity handlers skip:<br/>handleDemoOutcome, handleEmailEvent,<br/>handleCommercialsStatusChange,<br/>ensureDealQuote, syncConfirmedQuoteToDeal,<br/>sendDemoReminder, sendCommercialFollowUp,<br/>handleQuoteStageChange</i>"]
+         LP_SUPPRESSED["Deal.Automation_Suppressed = true<br/><i>All activity handlers skip:<br/>handleMeetingEvent, handleEmailEvent,<br/>handleCommercialsStatusChange,<br/>ensureDealQuote, syncConfirmedQuoteToDeal,<br/>sendDemoReminder, sendCommercialFollowUp,<br/>handleQuoteStageChange</i>"]

        LP_CONTACT_LOST --> LP_DEAL_VIABILITY
        LP_DEAL_VIABILITY -->|"Another Open"| LP_DEAL_SURVIVES
        LP_DEAL_VIABILITY -->|"None Open"| LP_DEAL_LOST
        LP_DEAL_VIABILITY -->|"Lookup failed"| LP_FAIL_SAFE
    end

    %% ======================= UTILITIES =======================
    subgraph UTILITIES["🔧 Utilities / Shared Services"]
        direction TB
        UT_RESOLVE_ACTION["resolveContactAction<br/><i>Pure state machine<br/>38 trigger tokens →<br/>action + next state</i>"]
        UT_AUX_TASK["createAuxTask<br/><i>Deduped blocking Task<br/>(Data Repair, Manual Review,<br/>Review Reply, etc.)<br/>Who_Id=Contact, What_Id=Deal</i>"]
        UT_BIZ_DATE["calculateBusinessDate<br/><i>±N business days (skip weekends)<br/>business_days_minus_AM → 09:00 snap</i>"]
        UT_LOG["logAutomationEvent<br/><i>Structured info log:<br/>func, module, record, action, outcome, payload</i>"]
        UT_QUOTE_PRICE["resolveQuoteLinePrice<br/><i>Pricing matrix: UX Fixed/Flex,<br/>360 4x/2x/1x, bands 5-100,<br/>tiers Base/Markup/Agency<br/>→ line_acv = ppb × brands</i>"]
        UT_QUOTE_SUMMARY["resolveQuotePlanSummary<br/><i>Aggregate Quote Quoted_Items →<br/>total ACV, planType, planProducts,<br/>planBrands, mixed flag</i>"]
        UT_SCHED_SEND["sendScheduledEmailFromTask<br/><i>Parse ScheduledSend| payload<br/>→ sendSequencedEmail(taskId)<br/>postcall → Contact.Sequence_State=Complete</i>"]
        UT_DEMO_REMIND["sendDemoReminder<br/><i>WF010c: Demo_Reminder_Send_At<br/>Guard: outcome blank, start future, primary open<br/>→ sendSequencedEmail(demo_reminder)</i>"]
        UT_COMM_FOLLOW["sendCommercialFollowUp<br/><i>WF010d: Next_Comm_Follow_Up_Date<br/>Guard: Opp_Stage=Commercial Agreement,<br/>Commercials_Status=Sent, primary open<br/>→ routeContactSequence(commercial:followup_due)</i>"]
    end

    %% ======================= CROSS-SUBGRAPH CONNECTIONS =======================

    %% Lead → Account → Conversion → Deal → processContact
    LI_PI --> AR_SEARCH
    AR_UPDATE --> LC_DEDUP
    AR_CREATE --> LC_DEDUP
    AR_DUP_HANDLE --> LC_DEDUP
    LC_ENRICH --> DR_SEARCH
    DR_CREATE --> PC_READ
    DR_REUSE --> PC_READ

    %% processContact → processDeal
    PC_CALL_PD --> PD_DUP_CHECK

    %% processAccount → processDeal
    PA_DELEGATE --> PD_DUP_CHECK

    %% processDeal → ensureDealQuote
    PD_SEED_QUOTE --> PP_QUOTE_SEED

    %% Activation → Cadence
    ACT_EMAIL --> RT_READ
    ACT_CALL --> RT_READ

    %% Router → external actions
    RT_SEND_SIDE --> SE_RESOLVE
    RT_SEND_EMAIL --> SE_RESOLVE
    RT_PRIMARY_ROLLUP --> PD_DUP_CHECK

    %% Call outcomes → stages
    CC_POSITIVE -->|"Marketing Consent →"| DF_BOOKING
    CC_NEGATIVE --> LP_CONTACT_LOST

    %% Demo outcomes → stages
    DF_QUALIFIED --> PP_ENTRY
    DF_NOT_QUAL --> LP_CONTACT_LOST
    DF_NOSHOW --> DF_BOOKING

    %% Proposal → Commercial Agreement
    PP_COMPLETE --> CA_ENTRY

    %% Commercial → Onboarding
    CA_SIGNED_ACTION --> OB_ENTRY

    %% Commercial loss
    CA_REJECTED_ACTION --> LP_CONTACT_LOST
    QL_LOSS_ONLY --> LP_CONTACT_LOST

    %% Onboarding → Renewal
    OB_ADVANCE --> RN_ENTRY

    %% Renewal loss
    RN_LOST --> LP_CONTACT_LOST

    %% Quote connections
    CA_SEND_EFFECT --> QL_DELIVERED

    %% Task completions
    TT_SEND_COMM --> CA_SEND_EFFECT
    TT_DATA_REPAIR --> RT_READ
